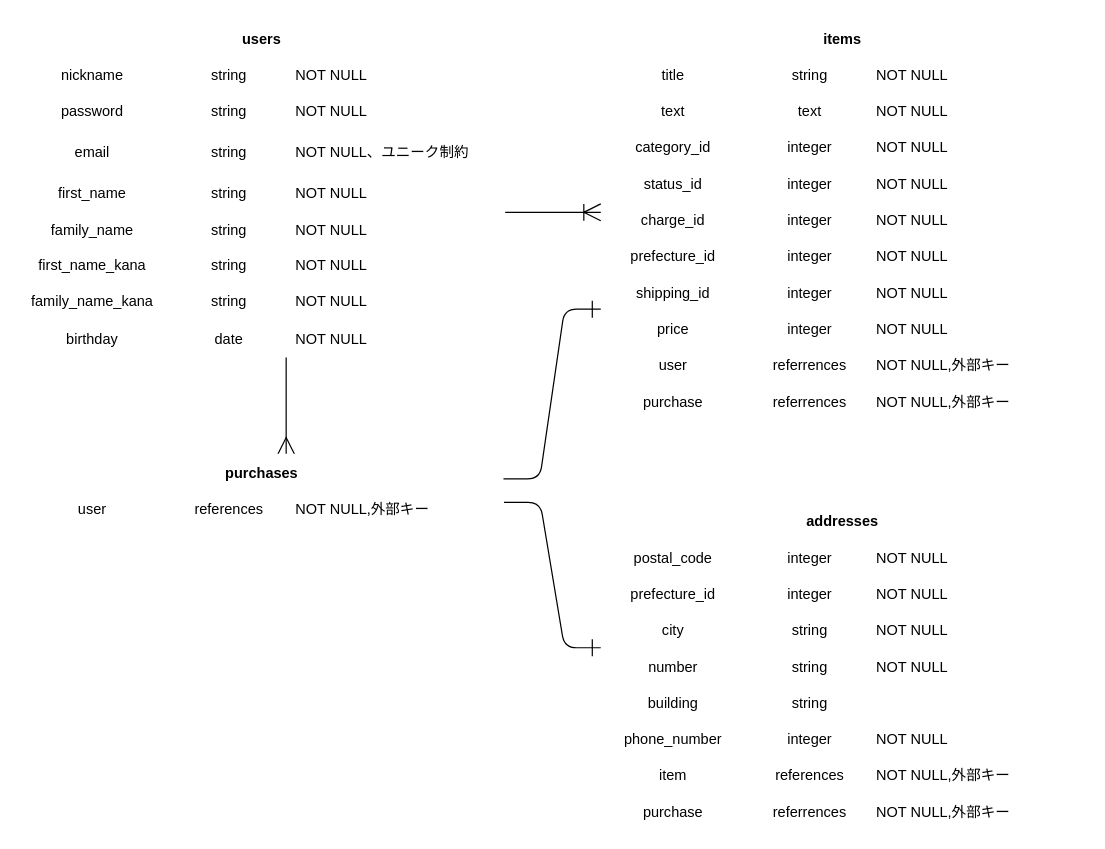
Above: ER .dio in evShun/furima-38994 (draw.io), before the change. Source tidied: cells renumbered, new cells numbered last; positions are measured from the earlier drawing's top-left corner, leaving out a move shared by most shapes. Both pictures are drawn from the tidied source at 121%, with x=0, y=0 at pixel (19, 19).
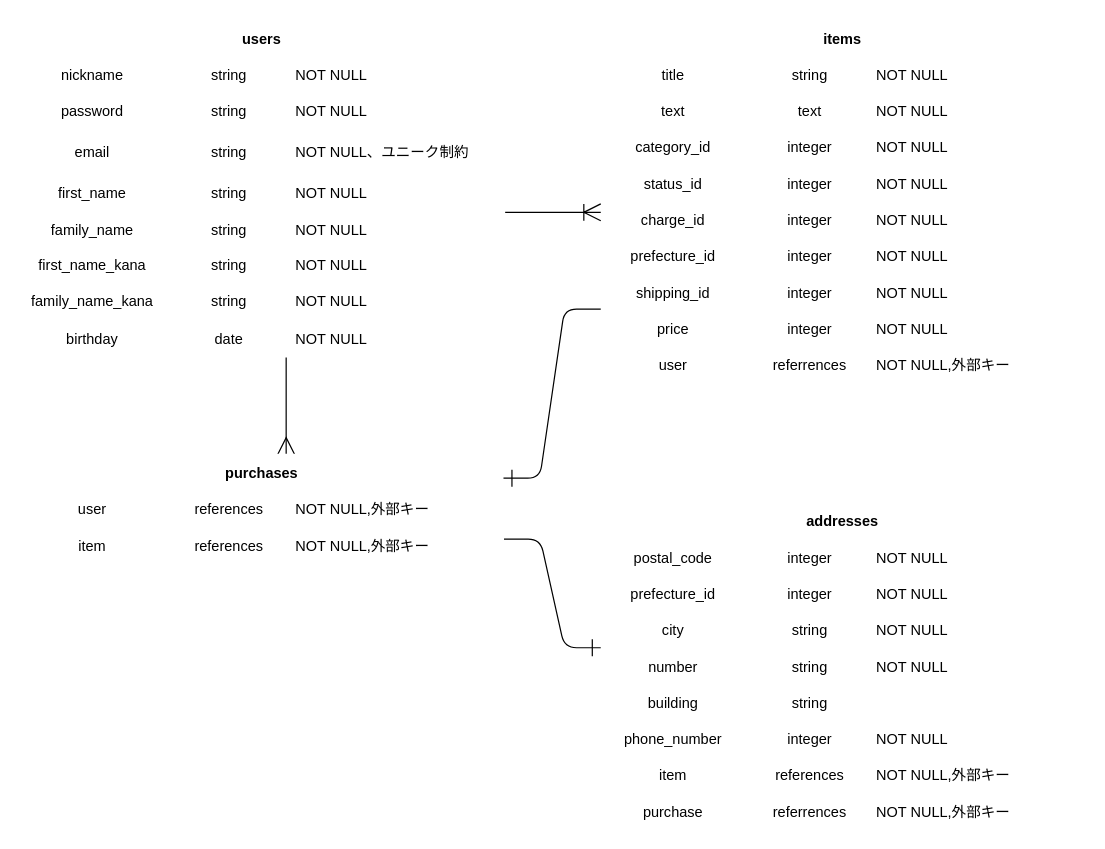
After the change.

The change refers to these unchanged cells:
```xml
<mxCell id="89" style="shape=tableRow;horizontal=0;startSize=0;swimlaneHead=0;swimlaneBody=0;fillColor=none;points=[[0,0.5],[1,0.5]];portConstraint=eastwest;top=0;left=0;right=0;bottom=0;strokeColor=#FFFFFF;fontSize=12;" parent="76" vertex="1">
  <mxGeometry y="120" width="400" height="30" as="geometry" />
</mxCell>
<mxCell id="112" style="shape=tableRow;horizontal=0;startSize=0;swimlaneHead=0;swimlaneBody=0;fillColor=none;points=[[0,0.5],[1,0.5]];portConstraint=eastwest;top=0;left=0;right=0;bottom=0;strokeColor=#FFFFFF;fontSize=12;" parent="111" vertex="1">
  <mxGeometry y="30" width="400" height="30" as="geometry" />
</mxCell>
```

Change to the diagram source:
```diff
@@
     <mxCell id="35" value="items" style="shape=table;startSize=30;childLayout=tableLayout;rowLines=0;fontStyle=1;align=center;strokeColor=#FFFFFF;fontSize=12;fillColor=none;" parent="1" vertex="1">
-      <mxGeometry x="480" width="400" height="330" as="geometry" />
+      <mxGeometry x="480" width="400" height="300" as="geometry" />
     </mxCell>
@@
-    <mxCell id="72" style="shape=tableRow;horizontal=0;startSize=0;swimlaneHead=0;swimlaneBody=0;fillColor=none;top=0;left=0;right=0;bottom=0;strokeColor=#FFFFFF;fontSize=12;" parent="35" vertex="1">
-      <mxGeometry y="300" width="400" height="30" as="geometry" />
-    </mxCell>
-    <mxCell id="73" value="purchase" style="shape=partialRectangle;fillColor=none;top=0;left=0;bottom=0;right=0;overflow=hidden;strokeColor=#FFFFFF;fontSize=12;" parent="72" vertex="1">
-      <mxGeometry width="120" height="30" as="geometry" />
-    </mxCell>
-    <mxCell id="74" value="referrences" style="shape=partialRectangle;fillColor=none;top=0;left=0;bottom=0;right=0;align=center;spacingLeft=6;overflow=hidden;strokeColor=#FFFFFF;fontSize=12;" parent="72" vertex="1">
-      <mxGeometry x="120" width="100" height="30" as="geometry" />
-    </mxCell>
-    <mxCell id="75" value="NOT NULL,外部キー" style="shape=partialRectangle;fillColor=none;top=0;left=0;bottom=0;right=0;align=left;spacingLeft=6;overflow=hidden;strokeColor=#FFFFFF;fontSize=12;" parent="72" vertex="1">
-      <mxGeometry x="220" width="180" height="30" as="geometry" />
-    </mxCell>
@@
     <mxCell id="111" value="purchases" style="shape=table;startSize=30;childLayout=tableLayout;rowLines=0;fontStyle=1;align=center;strokeColor=#FFFFFF;fontSize=12;fillColor=none;" parent="1" vertex="1">
-      <mxGeometry y="359" width="400" height="60" as="geometry" />
+      <mxGeometry y="359" width="400" height="90" as="geometry" />
     </mxCell>
@@
+    <mxCell id="118" style="shape=tableRow;horizontal=0;startSize=0;swimlaneHead=0;swimlaneBody=0;fillColor=none;points=[[0,0.5],[1,0.5]];portConstraint=eastwest;top=0;left=0;right=0;bottom=0;strokeColor=#FFFFFF;fontSize=12;" parent="111" vertex="1">
+      <mxGeometry y="60" width="400" height="30" as="geometry" />
+    </mxCell>
+    <mxCell id="119" value="item" style="shape=partialRectangle;fillColor=none;top=0;left=0;bottom=0;right=0;overflow=hidden;strokeColor=#FFFFFF;fontSize=12;" parent="118" vertex="1">
+      <mxGeometry width="120" height="30" as="geometry" />
+    </mxCell>
+    <mxCell id="120" value="references" style="shape=partialRectangle;fillColor=none;top=0;left=0;bottom=0;right=0;align=center;spacingLeft=6;overflow=hidden;strokeColor=#FFFFFF;fontSize=12;" parent="118" vertex="1">
+      <mxGeometry x="120" width="100" height="30" as="geometry" />
+    </mxCell>
+    <mxCell id="75" value="NOT NULL,外部キー" style="shape=partialRectangle;fillColor=none;top=0;left=0;bottom=0;right=0;align=left;spacingLeft=6;overflow=hidden;strokeColor=#FFFFFF;fontSize=12;" parent="118" vertex="1">
+      <mxGeometry x="220" width="180" height="30" as="geometry" />
+    </mxCell>
-    <mxCell id="116" style="edgeStyle=entityRelationEdgeStyle;fontSize=12;html=1;endArrow=ERone;startSize=12;endSize=12;jumpSize=6;startArrow=none;startFill=0;endFill=0;exitX=0.999;exitY=0.337;exitDx=0;exitDy=0;exitPerimeter=0;" parent="1" edge="1" source="111">
+    <mxCell id="116" style="edgeStyle=entityRelationEdgeStyle;fontSize=12;html=1;endArrow=none;startSize=12;endSize=12;jumpSize=6;startArrow=ERone;startFill=0;endFill=0;exitX=0.999;exitY=0.219;exitDx=0;exitDy=0;exitPerimeter=0;" parent="1" edge="1" source="111">
       <mxGeometry relative="1" as="geometry">
         <mxPoint x="480" y="239" as="targetPoint" />
       </mxGeometry>
     </mxCell>
-    <mxCell id="117" style="edgeStyle=entityRelationEdgeStyle;fontSize=12;html=1;endArrow=ERone;startSize=12;endSize=12;jumpSize=6;startArrow=none;startFill=0;endFill=0;entryX=0;entryY=-0.006;entryDx=0;entryDy=0;entryPerimeter=0;exitX=1;exitY=0.323;exitDx=0;exitDy=0;exitPerimeter=0;" parent="1" edge="1" source="112" target="89">
+    <mxCell id="117" style="edgeStyle=entityRelationEdgeStyle;fontSize=12;html=1;endArrow=ERone;startSize=12;endSize=12;jumpSize=6;startArrow=none;startFill=0;endFill=0;entryX=0;entryY=-0.006;entryDx=0;entryDy=0;entryPerimeter=0;exitX=1;exitY=0.333;exitDx=0;exitDy=0;exitPerimeter=0;" parent="1" edge="1" source="118" target="89">
       <mxGeometry relative="1" as="geometry" />
     </mxCell>
```
